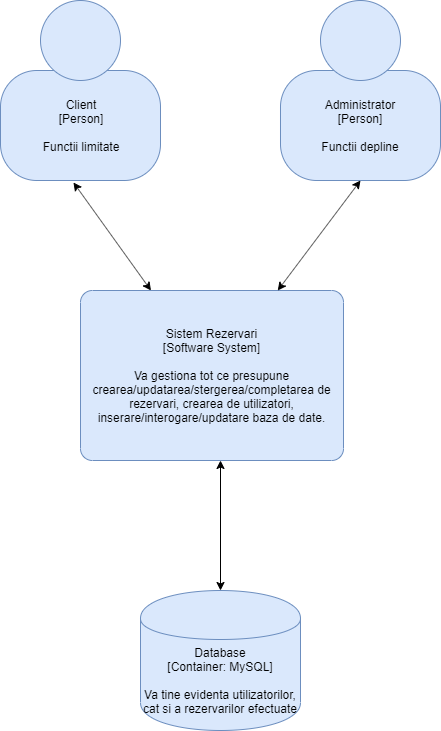
This is Pirv_Robert/Proiect/DiagramaContext.png from diercan/PSSC-2019, a draw.io export, as it was before one commit. Source tidied: cells renumbered, new cells last; positions are measured from the earlier drawing's top-left corner, leaving out a move shared by most shapes. Its diagram source:
```xml
<mxGraphModel>
  <root>
    <mxCell id="0" />
    <mxCell id="1" parent="0" />
    <mxCell id="2" style="group;rounded=0;labelBackgroundColor=none;fillColor=none;fontColor=#000000;align=center;html=1;" parent="1" vertex="1">
      <mxGeometry width="160" height="180" as="geometry" />
    </mxCell>
    <object id="3" label="Client&lt;div&gt;[Person]&lt;/div&gt;&lt;div&gt;&lt;br&gt;&lt;/div&gt;&lt;div&gt;Functii limitate" c4Description="Functii limitate" c4Name="Client" c4Type="body" placeholders="1">
      <mxCell style="rounded=1;whiteSpace=wrap;html=1;labelBackgroundColor=none;fillColor=#dae8fc;fontColor=#000000;align=center;arcSize=33;strokeColor=#6c8ebf;" parent="2" vertex="1">
        <mxGeometry y="70" width="160" height="110" as="geometry" />
      </mxCell>
    </object>
    <mxCell id="4" style="ellipse;whiteSpace=wrap;html=1;rounded=0;labelBackgroundColor=none;fillColor=#dae8fc;fontSize=12;fontColor=#000000;align=center;strokeColor=#6c8ebf;" parent="2" vertex="1">
      <mxGeometry x="40" width="80" height="80" as="geometry" />
    </mxCell>
    <object id="5" label="Sistem Rezervari&lt;div&gt;[Software System]&lt;/div&gt;&lt;div&gt;&lt;br&gt;&lt;/div&gt;&lt;div&gt;Va gestiona tot ce presupune crearea/updatarea/stergerea/completarea de rezervari, crearea de utilizatori, inserare/interogare/updatare baza de date." c4Description="Va gestiona tot ce presupune crearea/updatarea/stergerea/completarea de rezervari, crearea de utilizatori, inserare/interogare/updatare baza de date." c4Name="Sistem Rezervari" c4Type="SoftwareSystem" placeholders="1">
      <mxCell style="rounded=1;whiteSpace=wrap;html=1;labelBackgroundColor=none;fillColor=#dae8fc;fontColor=#000000;align=center;arcSize=7;strokeColor=#6c8ebf;" parent="1" vertex="1">
        <mxGeometry x="80" y="290" width="263" height="170" as="geometry" />
      </mxCell>
    </object>
    <mxCell id="6" style="group;rounded=0;labelBackgroundColor=none;fillColor=none;fontColor=#000000;align=center;html=1;" parent="1" vertex="1">
      <mxGeometry x="280" width="160" height="180" as="geometry" />
    </mxCell>
    <object id="7" label="Administrator&lt;div&gt;[Person]&lt;/div&gt;&lt;div&gt;&lt;br&gt;&lt;/div&gt;&lt;div&gt;Functii depline" c4Description="Functii depline" c4Name="Administrator" c4Type="body" placeholders="1">
      <mxCell style="rounded=1;whiteSpace=wrap;html=1;labelBackgroundColor=none;fillColor=#dae8fc;fontColor=#000000;align=center;arcSize=33;strokeColor=#6c8ebf;" parent="6" vertex="1">
        <mxGeometry y="70" width="160" height="110" as="geometry" />
      </mxCell>
    </object>
    <mxCell id="8" style="ellipse;whiteSpace=wrap;html=1;rounded=0;labelBackgroundColor=none;fillColor=#dae8fc;fontSize=12;fontColor=#000000;align=center;strokeColor=#6c8ebf;" parent="6" vertex="1">
      <mxGeometry x="40" width="80" height="80" as="geometry" />
    </mxCell>
    <object id="9" label="&lt;span&gt;Database&lt;/span&gt;&lt;div&gt;[Container:&amp;nbsp;MySQL]&lt;/div&gt;&lt;div&gt;&lt;br&gt;&lt;/div&gt;&lt;div&gt;Va tine evidenta utilizatorilor, cat si a rezervarilor efectuate&lt;/div&gt;" c4Description="Va tine evidenta utilizatorilor, cat si a rezervarilor efectuate" c4Technology="MySQL" c4Type="Database" placeholders="1">
      <mxCell style="shape=cylinder;whiteSpace=wrap;html=1;boundedLbl=1;rounded=0;labelBackgroundColor=none;fillColor=#dae8fc;fontSize=12;fontColor=#000000;align=center;strokeColor=#6c8ebf;" parent="1" vertex="1">
        <mxGeometry x="140" y="590" width="160" height="140" as="geometry" />
      </mxCell>
    </object>
    <mxCell id="10" style="endArrow=classic;startArrow=classic;html=1;exitX=0.456;exitY=1.018;exitDx=0;exitDy=0;exitPerimeter=0;" parent="1" edge="1" source="3" target="5">
      <mxGeometry relative="1" as="geometry" />
    </mxCell>
    <mxCell id="11" style="endArrow=classic;startArrow=classic;html=1;" parent="1" edge="1" source="9">
      <mxGeometry relative="1" as="geometry">
        <mxPoint x="220" y="460" as="targetPoint" />
      </mxGeometry>
    </mxCell>
    <mxCell id="12" style="endArrow=classic;startArrow=classic;html=1;exitX=0.75;exitY=0;exitDx=0;exitDy=0;entryX=0.5;entryY=1;entryDx=0;entryDy=0;" parent="1" edge="1" source="5" target="7">
      <mxGeometry relative="1" as="geometry" />
    </mxCell>
  </root>
</mxGraphModel>
```
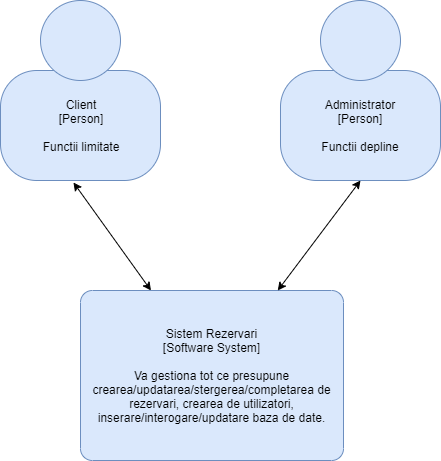
Above is the later version.

Commit message:
Update la Diagrama de context, am scos baza de date

What changed in the source:
```diff
@@ -29,19 +29,9 @@
     <mxCell id="8" style="ellipse;whiteSpace=wrap;html=1;rounded=0;labelBackgroundColor=none;fillColor=#dae8fc;fontSize=12;fontColor=#000000;align=center;strokeColor=#6c8ebf;" parent="6" vertex="1">
       <mxGeometry x="40" width="80" height="80" as="geometry" />
     </mxCell>
-    <object id="9" label="&lt;span&gt;Database&lt;/span&gt;&lt;div&gt;[Container:&amp;nbsp;MySQL]&lt;/div&gt;&lt;div&gt;&lt;br&gt;&lt;/div&gt;&lt;div&gt;Va tine evidenta utilizatorilor, cat si a rezervarilor efectuate&lt;/div&gt;" c4Description="Va tine evidenta utilizatorilor, cat si a rezervarilor efectuate" c4Technology="MySQL" c4Type="Database" placeholders="1">
-      <mxCell style="shape=cylinder;whiteSpace=wrap;html=1;boundedLbl=1;rounded=0;labelBackgroundColor=none;fillColor=#dae8fc;fontSize=12;fontColor=#000000;align=center;strokeColor=#6c8ebf;" parent="1" vertex="1">
-        <mxGeometry x="140" y="590" width="160" height="140" as="geometry" />
-      </mxCell>
-    </object>
     <mxCell id="10" style="endArrow=classic;startArrow=classic;html=1;exitX=0.456;exitY=1.018;exitDx=0;exitDy=0;exitPerimeter=0;" parent="1" edge="1" source="3" target="5">
       <mxGeometry relative="1" as="geometry" />
     </mxCell>
-    <mxCell id="11" style="endArrow=classic;startArrow=classic;html=1;" parent="1" edge="1" source="9">
-      <mxGeometry relative="1" as="geometry">
-        <mxPoint x="220" y="460" as="targetPoint" />
-      </mxGeometry>
-    </mxCell>
     <mxCell id="12" style="endArrow=classic;startArrow=classic;html=1;exitX=0.75;exitY=0;exitDx=0;exitDy=0;entryX=0.5;entryY=1;entryDx=0;entryDy=0;" parent="1" edge="1" source="5" target="7">
       <mxGeometry relative="1" as="geometry" />
     </mxCell>
```
